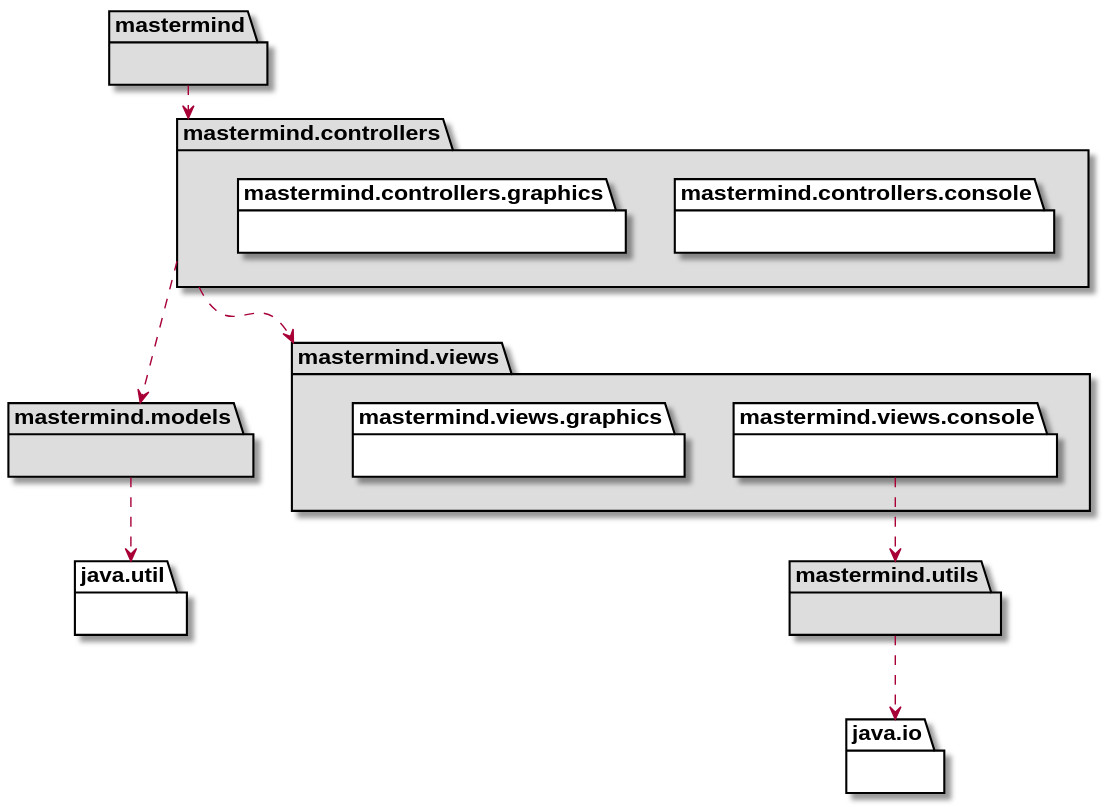
The PlantUML diagram docs/build/docs/asciidoc/images/version2Arquitectura.svg in amartinm82/mastermind, before a commit.
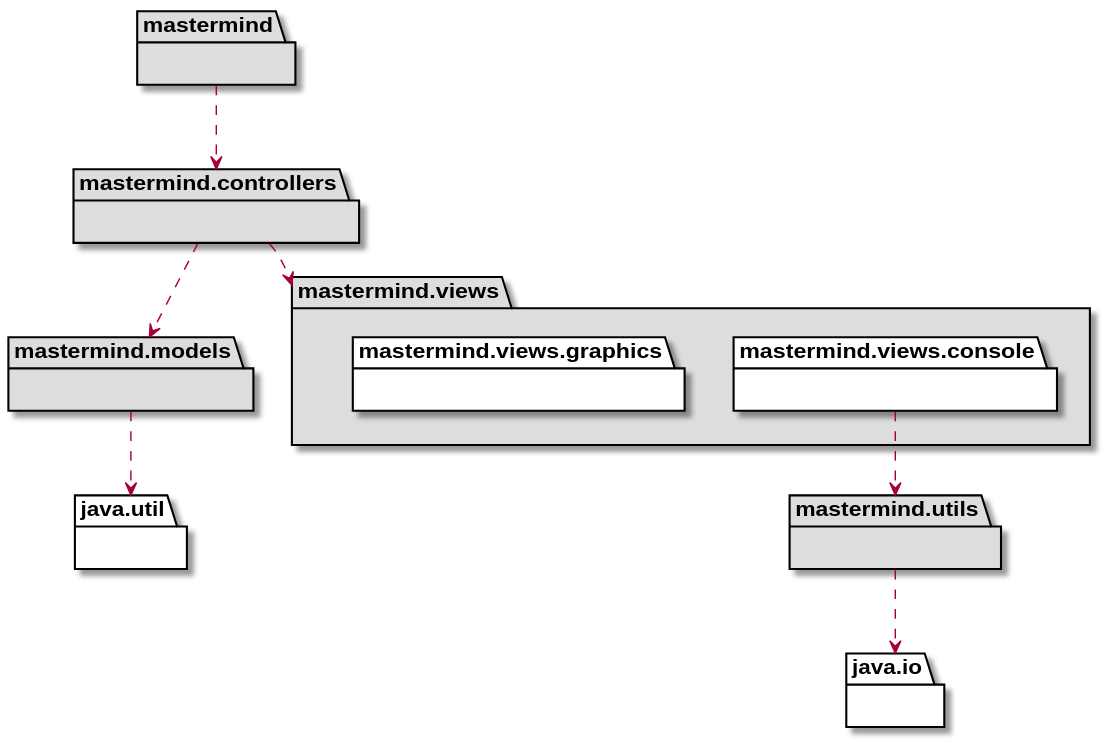
Later version of the same file.

What changed in the source:
```diff
@@ -3,10 +3,7 @@
 package mastermind #DDDDDD { }
 mastermind .down.> mastermind.controllers
 
-package mastermind.controllers #DDDDDD {
-    package mastermind.controllers.console {}
-    package mastermind.controllers.graphics {}
-}
+package mastermind.controllers #DDDDDD {}
 mastermind.controllers .down.> mastermind.models
 mastermind.controllers .down.> mastermind.views
 
```
